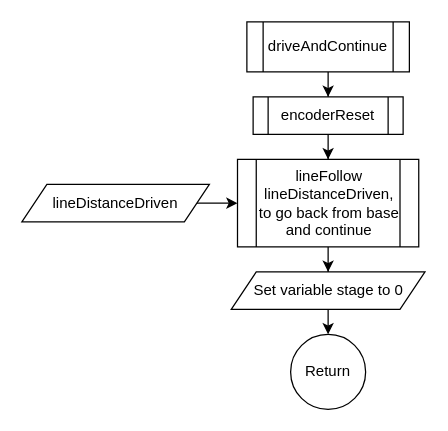
jens1906/P1-project-1.-semester keeps this draw.io diagram as Draw/driveAndContinue.drawio. Above is the earlier version. Source tidied: cells renumbered, new cells numbered last; positions are measured from the earlier drawing's top-left corner, leaving out a move shared by most shapes. Both pictures are drawn from the tidied source at 125%, with x=0, y=0 at pixel (21, 21).
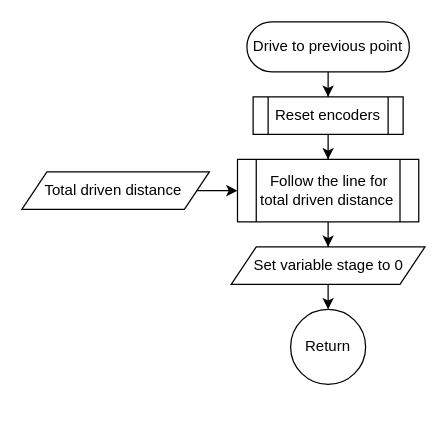
After the change.

Change to the diagram source:
```diff
@@
 <mxGraphModel>
   <root>
     <mxCell id="0" />
     <mxCell id="1" parent="0" />
     <mxCell id="2" style="edgeStyle=orthogonalEdgeStyle;rounded=0;jettySize=auto;html=1;entryX=0.5;entryY=0;entryDx=0;entryDy=0;" parent="1" edge="1" source="3" target="5">
       <mxGeometry relative="1" as="geometry" />
     </mxCell>
-    <mxCell id="3" value="driveAndContinue" style="shape=process;whiteSpace=wrap;html=1;backgroundOutline=1;" parent="1" vertex="1">
+    <mxCell id="3" value="Drive to previous point" style="rounded=1;whiteSpace=wrap;html=1;arcSize=50;" parent="1" vertex="1">
       <mxGeometry x="180" width="130" height="40" as="geometry" />
     </mxCell>
     <mxCell id="4" style="edgeStyle=orthogonalEdgeStyle;rounded=0;jettySize=auto;html=1;" parent="1" edge="1" source="5" target="7">
       <mxGeometry relative="1" as="geometry" />
     </mxCell>
-    <mxCell id="5" value="encoderReset" style="shape=process;whiteSpace=wrap;html=1;backgroundOutline=1;" parent="1" vertex="1">
+    <mxCell id="5" value="Reset encoders" style="shape=process;whiteSpace=wrap;html=1;backgroundOutline=1;" parent="1" vertex="1">
       <mxGeometry x="185" y="60" width="120" height="30" as="geometry" />
     </mxCell>
     <mxCell id="6" style="edgeStyle=orthogonalEdgeStyle;rounded=0;jettySize=auto;html=1;" parent="1" edge="1" source="7" target="11">
       <mxGeometry relative="1" as="geometry" />
     </mxCell>
-    <mxCell id="7" value="lineFollow lineDistanceDriven, to go back from base and continue" style="shape=process;whiteSpace=wrap;html=1;backgroundOutline=1;" parent="1" vertex="1">
-      <mxGeometry x="172.5" y="110" width="145" height="70" as="geometry" />
+    <mxCell id="7" value="Follow the line for total driven distance&amp;nbsp;" style="shape=process;whiteSpace=wrap;html=1;backgroundOutline=1;" parent="1" vertex="1">
+      <mxGeometry x="172.5" y="110" width="145" height="50" as="geometry" />
     </mxCell>
     <mxCell id="8" style="edgeStyle=orthogonalEdgeStyle;rounded=0;jettySize=auto;html=1;exitX=1;exitY=0.5;exitDx=0;exitDy=0;entryX=0;entryY=0.5;entryDx=0;entryDy=0;" parent="1" edge="1" source="9" target="7">
       <mxGeometry relative="1" as="geometry" />
     </mxCell>
-    <mxCell id="9" value="lineDistanceDriven" style="shape=parallelogram;perimeter=parallelogramPerimeter;whiteSpace=wrap;html=1;fixedSize=1;" parent="1" vertex="1">
-      <mxGeometry y="130" width="150" height="30" as="geometry" />
+    <mxCell id="9" value="Total driven distance&amp;nbsp;" style="shape=parallelogram;perimeter=parallelogramPerimeter;whiteSpace=wrap;html=1;fixedSize=1;" parent="1" vertex="1">
+      <mxGeometry y="120" width="150" height="30" as="geometry" />
     </mxCell>
     <mxCell id="10" style="edgeStyle=orthogonalEdgeStyle;rounded=0;jettySize=auto;html=1;exitX=0.5;exitY=1;exitDx=0;exitDy=0;entryX=0.5;entryY=0;entryDx=0;entryDy=0;" parent="1" edge="1" source="11" target="12">
       <mxGeometry relative="1" as="geometry" />
     </mxCell>
     <mxCell id="11" value="Set variable stage to 0" style="shape=parallelogram;perimeter=parallelogramPerimeter;whiteSpace=wrap;html=1;fixedSize=1;" parent="1" vertex="1">
-      <mxGeometry x="167.5" y="200" width="155" height="30" as="geometry" />
+      <mxGeometry x="167.5" y="180" width="155" height="30" as="geometry" />
     </mxCell>
     <mxCell id="12" value="Return" style="ellipse;whiteSpace=wrap;html=1;" parent="1" vertex="1">
-      <mxGeometry x="215" y="250" width="60" height="60" as="geometry" />
+      <mxGeometry x="215" y="230" width="60" height="60" as="geometry" />
     </mxCell>
   </root>
 </mxGraphModel>
```
